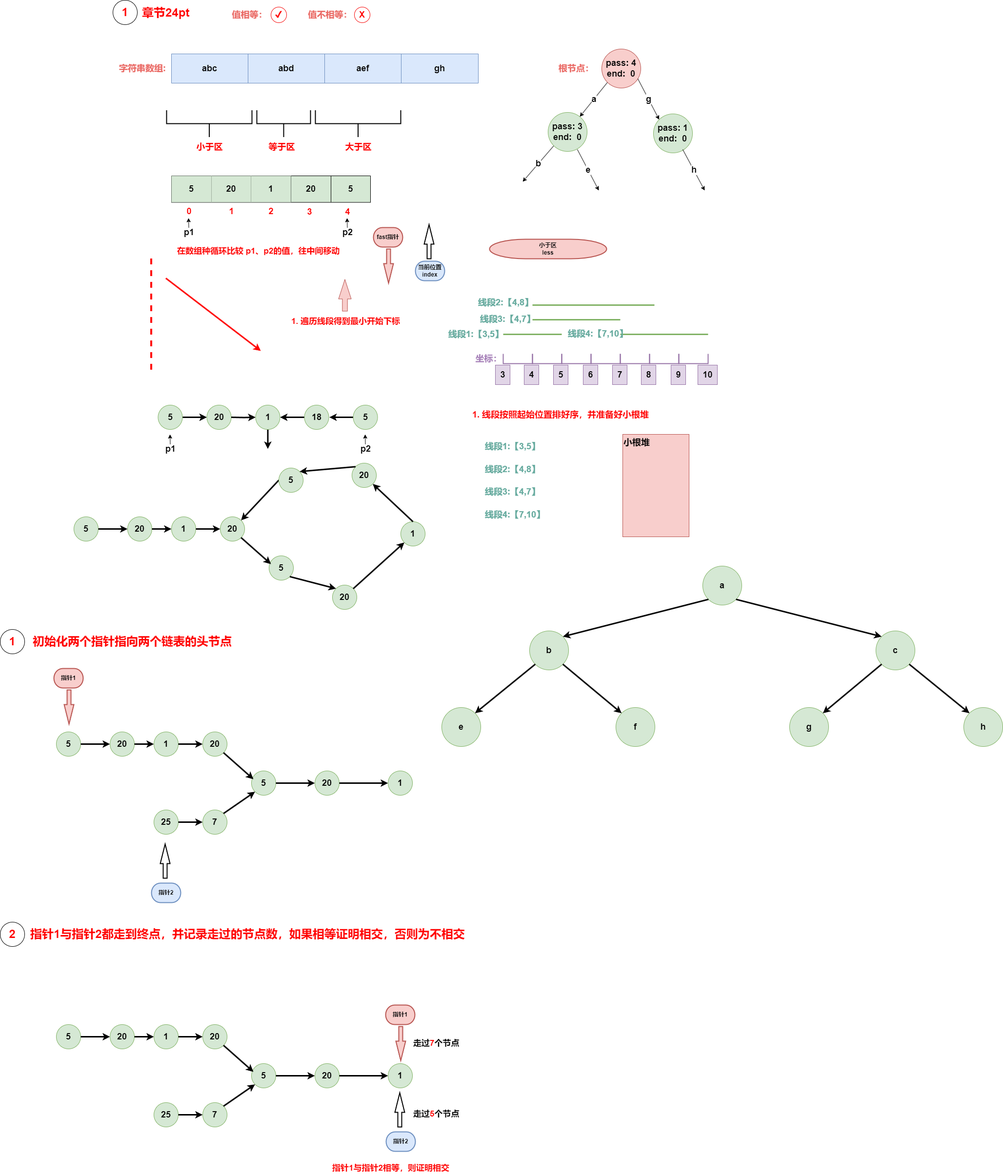
muxicode/c153080686 keeps this draw.io diagram as algrithem/style_composite.drawio.png. Above is the earlier version. Source tidied: cells renumbered, new cells last; positions are measured from the earlier drawing's top-left corner, leaving out a move shared by most shapes.
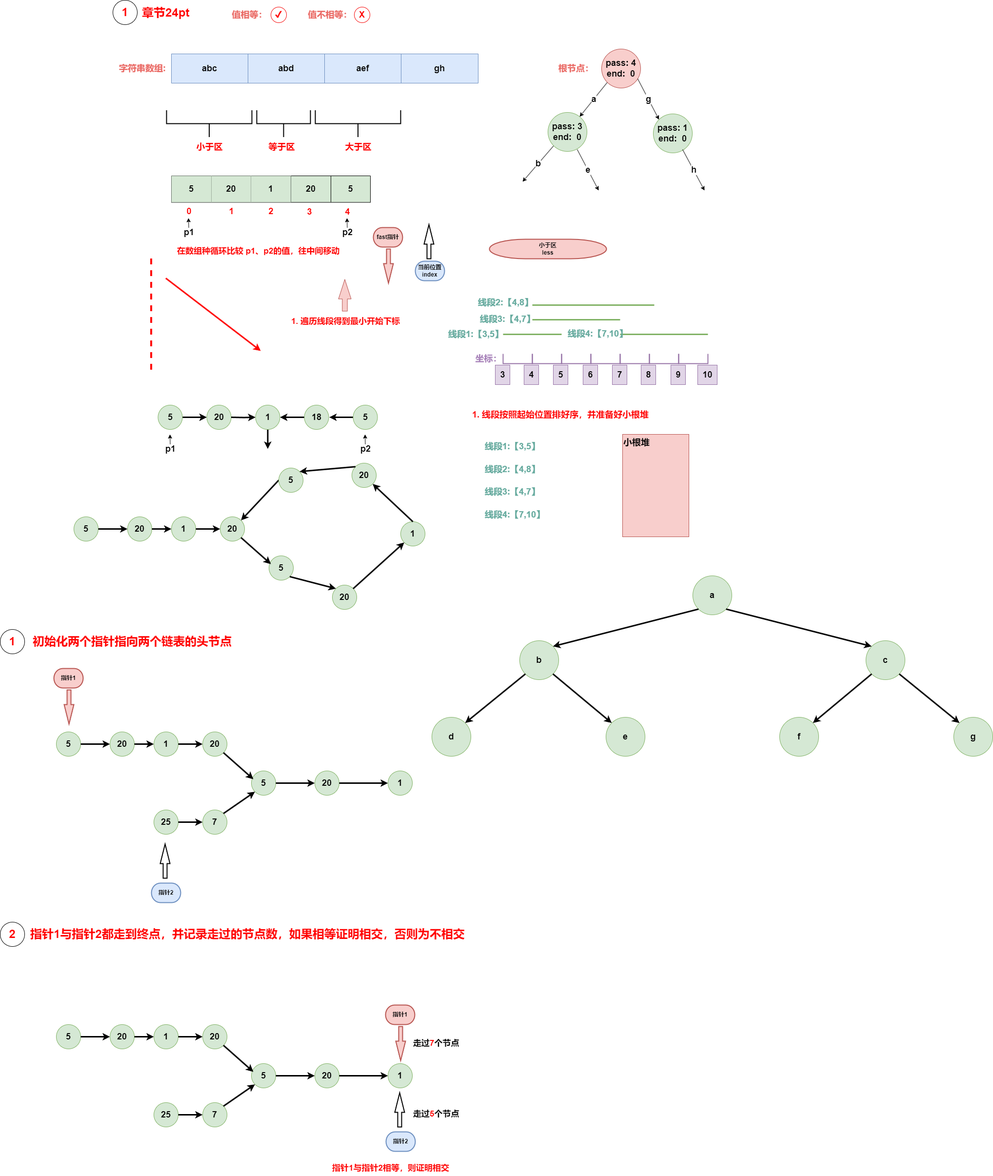
Above is the later version.

Diff of the diagram source:
```diff
@@ -552,47 +552,47 @@
     <mxCell id="169" value="走过&lt;font color=&quot;#ff0000&quot;&gt;7&lt;/font&gt;个节点" style="text;html=1;align=left;verticalAlign=middle;strokeColor=none;fillColor=none;fontStyle=1;fontSize=17;" parent="143" vertex="1">
       <mxGeometry x="845" y="234" width="120" height="30" as="geometry" />
     </mxCell>
-    <mxCell id="170" style="group;" parent="1" vertex="1">
-      <mxGeometry x="905" y="1160" width="1150" height="370" as="geometry" />
-    </mxCell>
+    <mxCell id="184" value="d" style="group;" parent="1" vertex="1">
+      <mxGeometry x="885" y="1180" width="1150" height="370" as="geometry" />
+    </mxCell>
-    <mxCell id="171" value="&lt;span style=&quot;font-size: 18px;&quot;&gt;&lt;b&gt;a&lt;/b&gt;&lt;br style=&quot;font-size: 18px;&quot;&gt;&lt;/span&gt;" style="ellipse;whiteSpace=wrap;html=1;fillColor=#d5e8d4;strokeColor=#82b366;fontSize=18;" parent="170" vertex="1">
+    <mxCell id="171" value="&lt;span style=&quot;font-size: 18px;&quot;&gt;&lt;b&gt;a&lt;/b&gt;&lt;br style=&quot;font-size: 18px;&quot;&gt;&lt;/span&gt;" style="ellipse;whiteSpace=wrap;html=1;fillColor=#d5e8d4;strokeColor=#82b366;fontSize=18;" parent="184" vertex="1">
       <mxGeometry x="535" width="80" height="80" as="geometry" />
     </mxCell>
-    <mxCell id="172" value="&lt;span style=&quot;font-size: 18px;&quot;&gt;&lt;b&gt;b&lt;/b&gt;&lt;br style=&quot;font-size: 18px;&quot;&gt;&lt;/span&gt;" style="ellipse;whiteSpace=wrap;html=1;fillColor=#d5e8d4;strokeColor=#82b366;fontSize=18;" parent="170" vertex="1">
+    <mxCell id="172" value="&lt;span style=&quot;font-size: 18px;&quot;&gt;&lt;b&gt;b&lt;/b&gt;&lt;br style=&quot;font-size: 18px;&quot;&gt;&lt;/span&gt;" style="ellipse;whiteSpace=wrap;html=1;fillColor=#d5e8d4;strokeColor=#82b366;fontSize=18;" parent="184" vertex="1">
       <mxGeometry x="180" y="133" width="80" height="80" as="geometry" />
     </mxCell>
-    <mxCell id="173" style="rounded=0;jettySize=auto;html=1;exitX=0;exitY=1;exitDx=0;exitDy=0;entryX=1;entryY=0;entryDx=0;entryDy=0;strokeWidth=3;" parent="170" edge="1" source="171" target="172">
+    <mxCell id="173" style="rounded=0;jettySize=auto;html=1;exitX=0;exitY=1;exitDx=0;exitDy=0;entryX=1;entryY=0;entryDx=0;entryDy=0;strokeWidth=3;" parent="184" edge="1" source="171" target="172">
       <mxGeometry relative="1" as="geometry" />
     </mxCell>
-    <mxCell id="174" value="&lt;span style=&quot;font-size: 18px;&quot;&gt;&lt;b&gt;c&lt;/b&gt;&lt;br style=&quot;font-size: 18px;&quot;&gt;&lt;/span&gt;" style="ellipse;whiteSpace=wrap;html=1;fillColor=#d5e8d4;strokeColor=#82b366;fontSize=18;" parent="170" vertex="1">
+    <mxCell id="174" value="&lt;span style=&quot;font-size: 18px;&quot;&gt;&lt;b&gt;c&lt;/b&gt;&lt;br style=&quot;font-size: 18px;&quot;&gt;&lt;/span&gt;" style="ellipse;whiteSpace=wrap;html=1;fillColor=#d5e8d4;strokeColor=#82b366;fontSize=18;" parent="184" vertex="1">
       <mxGeometry x="890" y="133" width="80" height="80" as="geometry" />
     </mxCell>
-    <mxCell id="175" style="rounded=0;jettySize=auto;html=1;exitX=1;exitY=1;exitDx=0;exitDy=0;entryX=0;entryY=0;entryDx=0;entryDy=0;strokeWidth=3;" parent="170" edge="1" source="171" target="174">
+    <mxCell id="175" style="rounded=0;jettySize=auto;html=1;exitX=1;exitY=1;exitDx=0;exitDy=0;entryX=0;entryY=0;entryDx=0;entryDy=0;strokeWidth=3;" parent="184" edge="1" source="171" target="174">
       <mxGeometry relative="1" as="geometry" />
     </mxCell>
+    <mxCell id="185" value="&lt;span style=&quot;font-size: 18px;&quot;&gt;&lt;b&gt;d&lt;/b&gt;&lt;br style=&quot;font-size: 18px;&quot;&gt;&lt;/span&gt;" style="ellipse;whiteSpace=wrap;html=1;fillColor=#d5e8d4;strokeColor=#82b366;fontSize=18;" parent="184" vertex="1">
+      <mxGeometry y="290" width="80" height="80" as="geometry" />
+    </mxCell>
+    <mxCell id="186" style="rounded=0;jettySize=auto;html=1;exitX=0;exitY=1;exitDx=0;exitDy=0;entryX=1;entryY=0;entryDx=0;entryDy=0;strokeWidth=3;" parent="184" edge="1" source="172" target="185">
+      <mxGeometry relative="1" as="geometry" />
+    </mxCell>
-    <mxCell id="176" value="&lt;span style=&quot;font-size: 18px;&quot;&gt;&lt;b&gt;e&lt;/b&gt;&lt;br style=&quot;font-size: 18px;&quot;&gt;&lt;/span&gt;" style="ellipse;whiteSpace=wrap;html=1;fillColor=#d5e8d4;strokeColor=#82b366;fontSize=18;" parent="170" vertex="1">
-      <mxGeometry y="290" width="80" height="80" as="geometry" />
+    <mxCell id="176" value="&lt;span style=&quot;font-size: 18px;&quot;&gt;&lt;b&gt;e&lt;/b&gt;&lt;br style=&quot;font-size: 18px;&quot;&gt;&lt;/span&gt;" style="ellipse;whiteSpace=wrap;html=1;fillColor=#d5e8d4;strokeColor=#82b366;fontSize=18;" parent="184" vertex="1">
+      <mxGeometry x="357" y="290" width="80" height="80" as="geometry" />
     </mxCell>
-    <mxCell id="177" style="rounded=0;jettySize=auto;html=1;exitX=0;exitY=1;exitDx=0;exitDy=0;entryX=1;entryY=0;entryDx=0;entryDy=0;strokeWidth=3;" parent="170" edge="1" source="172" target="176">
+    <mxCell id="177" style="rounded=0;jettySize=auto;html=1;exitX=1;exitY=1;exitDx=0;exitDy=0;entryX=0;entryY=0;entryDx=0;entryDy=0;strokeWidth=3;" parent="184" edge="1" source="172" target="176">
       <mxGeometry relative="1" as="geometry" />
     </mxCell>
-    <mxCell id="178" value="&lt;span style=&quot;font-size: 18px;&quot;&gt;&lt;b&gt;f&lt;/b&gt;&lt;br style=&quot;font-size: 18px;&quot;&gt;&lt;/span&gt;" style="ellipse;whiteSpace=wrap;html=1;fillColor=#d5e8d4;strokeColor=#82b366;fontSize=18;" parent="170" vertex="1">
-      <mxGeometry x="357" y="290" width="80" height="80" as="geometry" />
+    <mxCell id="178" value="&lt;span style=&quot;font-size: 18px;&quot;&gt;&lt;b&gt;f&lt;/b&gt;&lt;br style=&quot;font-size: 18px;&quot;&gt;&lt;/span&gt;" style="ellipse;whiteSpace=wrap;html=1;fillColor=#d5e8d4;strokeColor=#82b366;fontSize=18;" parent="184" vertex="1">
+      <mxGeometry x="713" y="290" width="80" height="80" as="geometry" />
     </mxCell>
-    <mxCell id="179" style="rounded=0;jettySize=auto;html=1;exitX=1;exitY=1;exitDx=0;exitDy=0;entryX=0;entryY=0;entryDx=0;entryDy=0;strokeWidth=3;" parent="170" edge="1" source="172" target="178">
-      <mxGeometry relative="1" as="geometry" />
-    </mxCell>
+    <mxCell id="187" style="rounded=0;jettySize=auto;html=1;exitX=0;exitY=1;exitDx=0;exitDy=0;entryX=1;entryY=0;entryDx=0;entryDy=0;strokeWidth=3;" parent="184" edge="1" source="174" target="178">
+      <mxGeometry relative="1" as="geometry" />
+    </mxCell>
-    <mxCell id="180" value="&lt;span style=&quot;font-size: 18px;&quot;&gt;&lt;b&gt;g&lt;/b&gt;&lt;br style=&quot;font-size: 18px;&quot;&gt;&lt;/span&gt;" style="ellipse;whiteSpace=wrap;html=1;fillColor=#d5e8d4;strokeColor=#82b366;fontSize=18;" parent="170" vertex="1">
-      <mxGeometry x="713" y="290" width="80" height="80" as="geometry" />
+    <mxCell id="180" value="&lt;span style=&quot;font-size: 18px;&quot;&gt;&lt;b&gt;g&lt;/b&gt;&lt;br style=&quot;font-size: 18px;&quot;&gt;&lt;/span&gt;" style="ellipse;whiteSpace=wrap;html=1;fillColor=#d5e8d4;strokeColor=#82b366;fontSize=18;" parent="184" vertex="1">
+      <mxGeometry x="1070" y="290" width="80" height="80" as="geometry" />
     </mxCell>
-    <mxCell id="181" style="rounded=0;jettySize=auto;html=1;exitX=0;exitY=1;exitDx=0;exitDy=0;entryX=1;entryY=0;entryDx=0;entryDy=0;strokeWidth=3;" parent="170" edge="1" source="174" target="180">
+    <mxCell id="181" style="rounded=0;jettySize=auto;html=1;exitX=1;exitY=1;exitDx=0;exitDy=0;entryX=0;entryY=0;entryDx=0;entryDy=0;strokeWidth=3;" parent="184" edge="1" source="174" target="180">
       <mxGeometry relative="1" as="geometry" />
     </mxCell>
-    <mxCell id="182" value="&lt;span style=&quot;font-size: 18px;&quot;&gt;&lt;b&gt;h&lt;/b&gt;&lt;br style=&quot;font-size: 18px;&quot;&gt;&lt;/span&gt;" style="ellipse;whiteSpace=wrap;html=1;fillColor=#d5e8d4;strokeColor=#82b366;fontSize=18;" parent="170" vertex="1">
-      <mxGeometry x="1070" y="290" width="80" height="80" as="geometry" />
-    </mxCell>
-    <mxCell id="183" style="rounded=0;jettySize=auto;html=1;exitX=1;exitY=1;exitDx=0;exitDy=0;entryX=0;entryY=0;entryDx=0;entryDy=0;strokeWidth=3;" parent="170" edge="1" source="174" target="182">
-      <mxGeometry relative="1" as="geometry" />
-    </mxCell>
   </root>
 </mxGraphModel>
```
